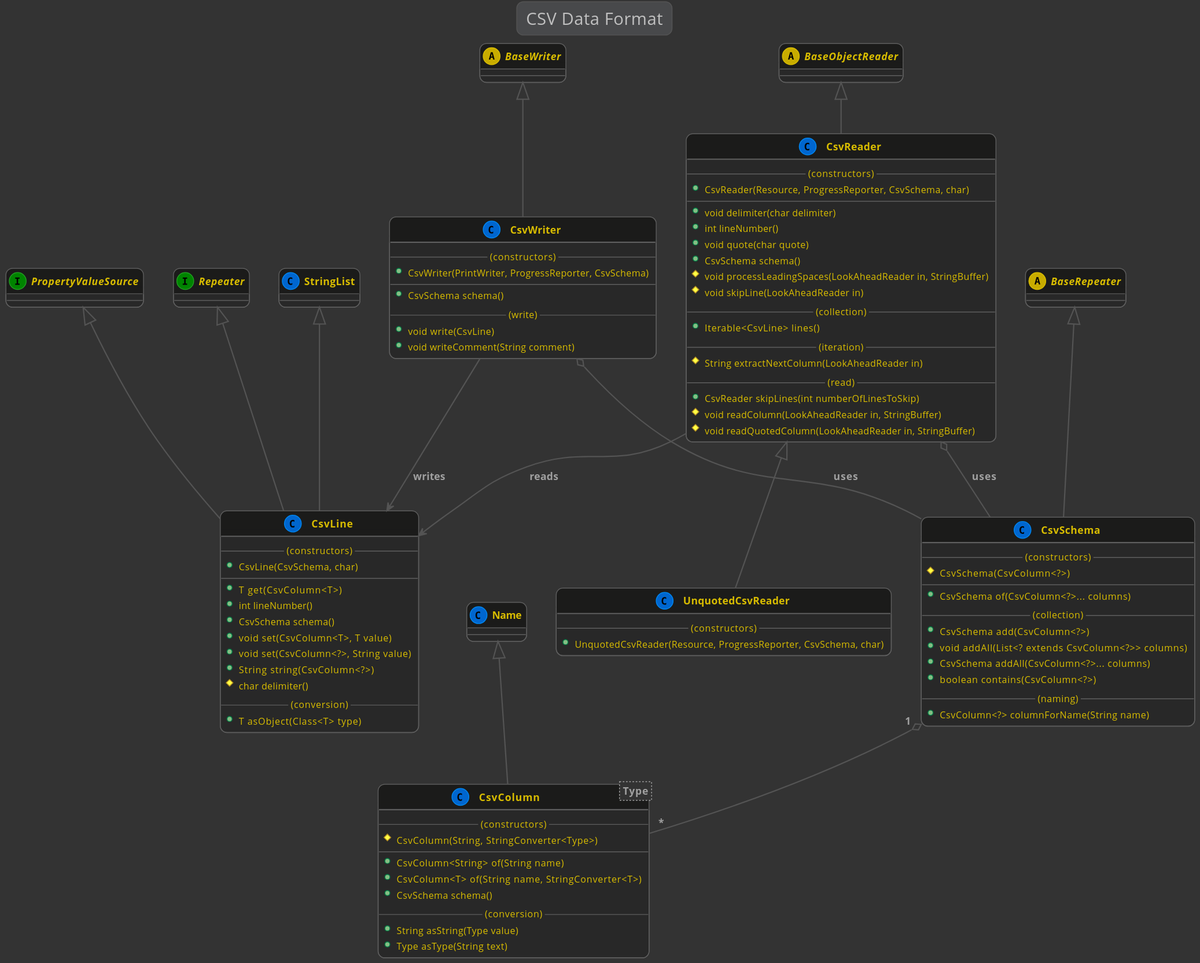
Earlier version of the PlantUML export kivakit-data/formats/csv/documentation/diagrams/diagram-csv.svg (Telenav/kivakit).
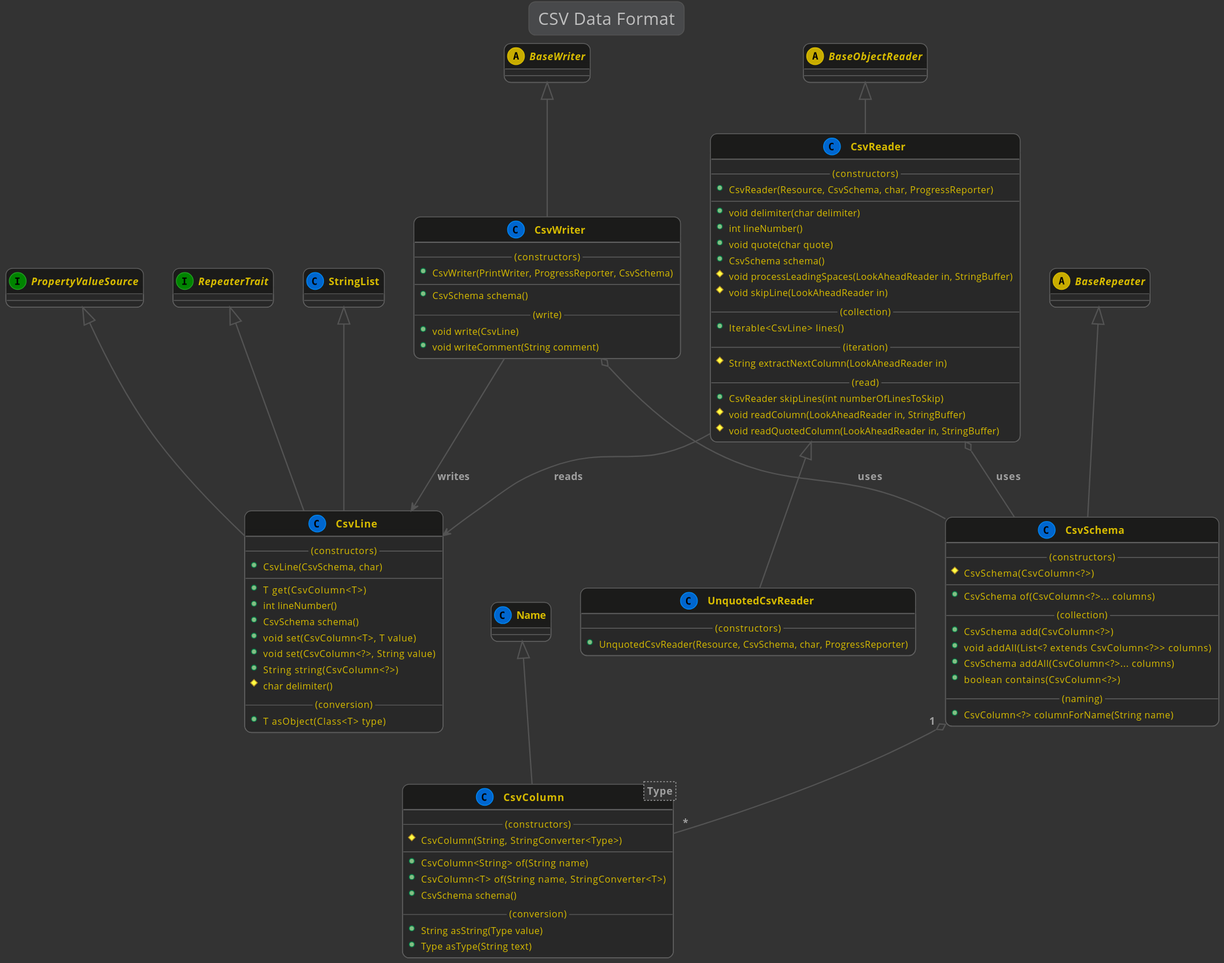
The same diagram one commit later.

Change to the diagram source:
```diff
@@ -9,7 +9,7 @@
     abstract BaseRepeater
 
     interface PropertyValueSource
-    interface Repeater
+    interface RepeaterTrait
 
     Name <|-- CsvColumn
     class CsvColumn<Type>
@@ -27,7 +27,7 @@
 
     StringList <|-- CsvLine
     PropertyValueSource <|-- CsvLine
-    Repeater <|-- CsvLine
+    RepeaterTrait <|-- CsvLine
     class CsvLine
     {
         --(constructors)--
@@ -50,7 +50,7 @@
     class CsvReader
     {
         --(constructors)--
-        +CsvReader(Resource, ProgressReporter, CsvSchema, char)
+        +CsvReader(Resource, CsvSchema, char, ProgressReporter)
         --
         +void delimiter(char delimiter)
         +int lineNumber()
@@ -103,7 +103,7 @@
     class UnquotedCsvReader
     {
         --(constructors)--
-        +UnquotedCsvReader(Resource, ProgressReporter, CsvSchema, char)
+        +UnquotedCsvReader(Resource, CsvSchema, char, ProgressReporter)
     }
 
 @enduml
```
